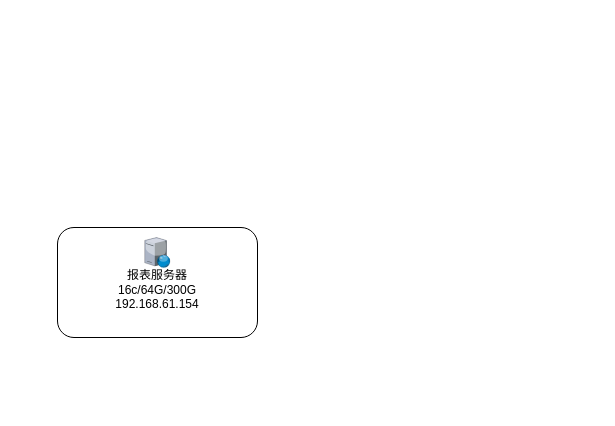
Above: 联合利华.drawio in zeng0550/free-programming-books (draw.io), before the change. Source tidied: cells renumbered, new cells numbered last; positions are measured from the earlier drawing's top-left corner, leaving out a move shared by most shapes. Both pictures are drawn from the tidied source at 100%, with x=0, y=0 at pixel (57, 227).
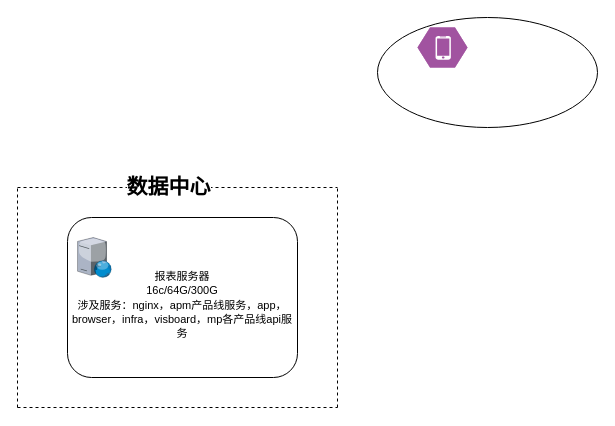
Above is the later version.

Commit message (it also covers changes not shown here):
更新联合利华.drawio

Diff of the diagram source:
```diff
@@
 <mxGraphModel>
   <root>
     <mxCell id="0" />
     <mxCell id="1" parent="0" />
-    <mxCell id="2" value="&lt;br&gt;报表服务器&lt;br&gt;16c/64G/300G&lt;br&gt;192.168.61.154" style="rounded=1;whiteSpace=wrap;html=1;" parent="1" vertex="1">
-      <mxGeometry width="200" height="110" as="geometry" />
+    <mxCell id="2" value="&lt;font style=&quot;font-size: 11px;&quot;&gt;&lt;br style=&quot;font-size: 11px;&quot;&gt;&lt;font style=&quot;font-size: 11px;&quot;&gt;&lt;font style=&quot;font-size: 11px;&quot;&gt;报表服务器&lt;br style=&quot;font-size: 11px;&quot;&gt;16c/64G/300G&lt;br style=&quot;font-size: 11px;&quot;&gt;涉及服务&lt;/font&gt;&lt;span style=&quot;font-size: 11px;&quot;&gt;：nginx，apm产品线服务，app，browser，infra，visboard，mp各产品线api服务&lt;/span&gt;&lt;/font&gt;&lt;/font&gt;" style="rounded=1;whiteSpace=wrap;html=1;" parent="1" vertex="1">
+      <mxGeometry x="10" y="-10" width="230" height="160" as="geometry" />
     </mxCell>
     <mxCell id="3" style="verticalLabelPosition=bottom;sketch=0;html=1;verticalAlign=top;strokeColor=none;align=center;shape=mxgraph.citrix.web_server;" parent="1" vertex="1">
-      <mxGeometry x="87.2" y="10" width="25.5" height="30" as="geometry" />
+      <mxGeometry x="20" y="10" width="34" height="40" as="geometry" />
     </mxCell>
+    <mxCell id="4" style="endArrow=none;dashed=1;html=1;rounded=0;fontSize=11;" parent="1" edge="1">
+      <mxGeometry relative="1" as="geometry">
+        <mxPoint x="-40" y="180" as="sourcePoint" />
+        <mxPoint x="-40" y="-40" as="targetPoint" />
+      </mxGeometry>
+    </mxCell>
+    <mxCell id="5" style="endArrow=none;dashed=1;html=1;rounded=0;fontSize=11;" parent="1" edge="1">
+      <mxGeometry relative="1" as="geometry">
+        <mxPoint x="280" y="180" as="sourcePoint" />
+        <mxPoint x="280" y="-40" as="targetPoint" />
+      </mxGeometry>
+    </mxCell>
+    <mxCell id="6" style="endArrow=none;dashed=1;html=1;rounded=0;fontSize=11;" parent="1" edge="1">
+      <mxGeometry relative="1" as="geometry">
+        <mxPoint x="-40" y="-40" as="sourcePoint" />
+        <mxPoint x="280" y="-40" as="targetPoint" />
+      </mxGeometry>
+    </mxCell>
+    <mxCell id="7" value="&lt;font size=&quot;1&quot; style=&quot;&quot;&gt;&lt;b style=&quot;font-size: 21px;&quot;&gt;数据中心&lt;/b&gt;&lt;/font&gt;" style="edgeLabel;html=1;align=center;verticalAlign=middle;fontSize=14;" parent="6" vertex="1">
+      <mxGeometry x="0.06" y="2" relative="1" as="geometry">
+        <mxPoint x="-20" as="offset" />
+      </mxGeometry>
+    </mxCell>
+    <mxCell id="8" style="endArrow=none;dashed=1;html=1;rounded=0;fontSize=11;" parent="1" edge="1">
+      <mxGeometry relative="1" as="geometry">
+        <mxPoint x="-40" y="180" as="sourcePoint" />
+        <mxPoint x="280" y="180" as="targetPoint" />
+      </mxGeometry>
+    </mxCell>
+    <mxCell id="9" style="ellipse;whiteSpace=wrap;html=1;fontSize=21;" parent="1" vertex="1">
+      <mxGeometry x="320" y="-210" width="220" height="110" as="geometry" />
+    </mxCell>
+    <mxCell id="10" style="verticalLabelPosition=bottom;sketch=0;html=1;fillColor=#A153A0;strokeColor=#ffffff;verticalAlign=top;align=center;shape=mxgraph.cisco_safe.compositeIcon;bgIcon=mxgraph.cisco_safe.design.blank_device;resIcon=mxgraph.cisco_safe.design.mobile_device;fontSize=21;" parent="1" vertex="1">
+      <mxGeometry x="360" y="-200" width="50" height="40" as="geometry" />
+    </mxCell>
   </root>
 </mxGraphModel>
```
